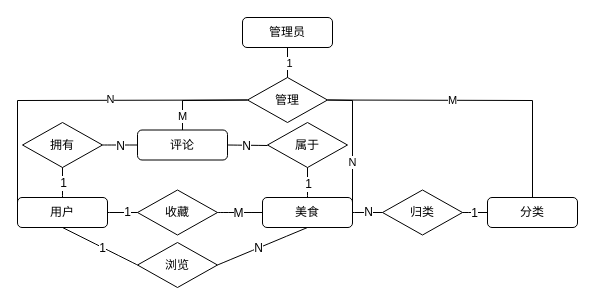
This is food_er.drawio from asharca/drawio, a draw.io file, before an edit. Source tidied: cells renumbered, new cells numbered last; positions are measured from the earlier drawing's top-left corner, leaving out a move shared by most shapes. Both pictures are drawn from the tidied source at 100%, with x=0, y=0 at pixel (17, 17).
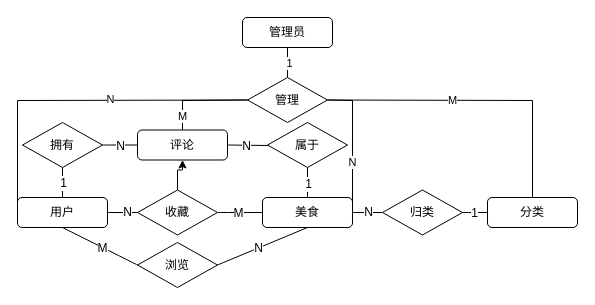
The same diagram, later.

Unchanged cells that the change refers to:
```xml
<mxCell id="4" value="收藏" style="rhombus;whiteSpace=wrap;html=1;" parent="1" vertex="1">
  <mxGeometry x="120" y="172.5" width="80" height="45" as="geometry" />
</mxCell>
<mxCell id="5" style="endArrow=none;html=1;rounded=0;fontSize=12;startSize=8;endSize=8;curved=1;exitX=1;exitY=0.5;exitDx=0;exitDy=0;entryX=0;entryY=0.5;entryDx=0;entryDy=0;" parent="1" edge="1" source="2" target="4">
  <mxGeometry relative="1" as="geometry" />
</mxCell>
<mxCell id="15" style="endArrow=none;html=1;rounded=0;fontSize=12;startSize=8;endSize=8;curved=1;entryX=0.5;entryY=1;entryDx=0;entryDy=0;exitX=0;exitY=0.5;exitDx=0;exitDy=0;" parent="1" edge="1" source="14" target="2">
  <mxGeometry relative="1" as="geometry" />
</mxCell>
<mxCell id="27" value="评论" style="rounded=1;whiteSpace=wrap;html=1;" parent="1" vertex="1">
  <mxGeometry x="120" y="112.5" width="90" height="30" as="geometry" />
</mxCell>
```

The edit, as a diff of the source:
```diff
@@
+    <mxCell id="43" style="edgeStyle=orthogonalEdgeStyle;rounded=0;jettySize=auto;html=1;" parent="1" edge="1" source="4" target="27">
+      <mxGeometry relative="1" as="geometry" />
+    </mxCell>
@@
-    <mxCell id="6" value="1" style="edgeLabel;html=1;align=center;verticalAlign=middle;fontSize=12;" parent="5" vertex="1">
+    <mxCell id="6" value="N" style="edgeLabel;html=1;align=center;verticalAlign=middle;fontSize=12;" parent="5" vertex="1">
       <mxGeometry x="0.27" y="1" relative="1" as="geometry" />
     </mxCell>
@@
-    <mxCell id="16" value="1" style="edgeLabel;html=1;align=center;verticalAlign=middle;fontSize=12;" parent="15" vertex="1">
+    <mxCell id="16" value="M" style="edgeLabel;html=1;align=center;verticalAlign=middle;fontSize=12;" parent="15" vertex="1">
       <mxGeometry x="-0.07" y="1" relative="1" as="geometry" />
     </mxCell>
```
